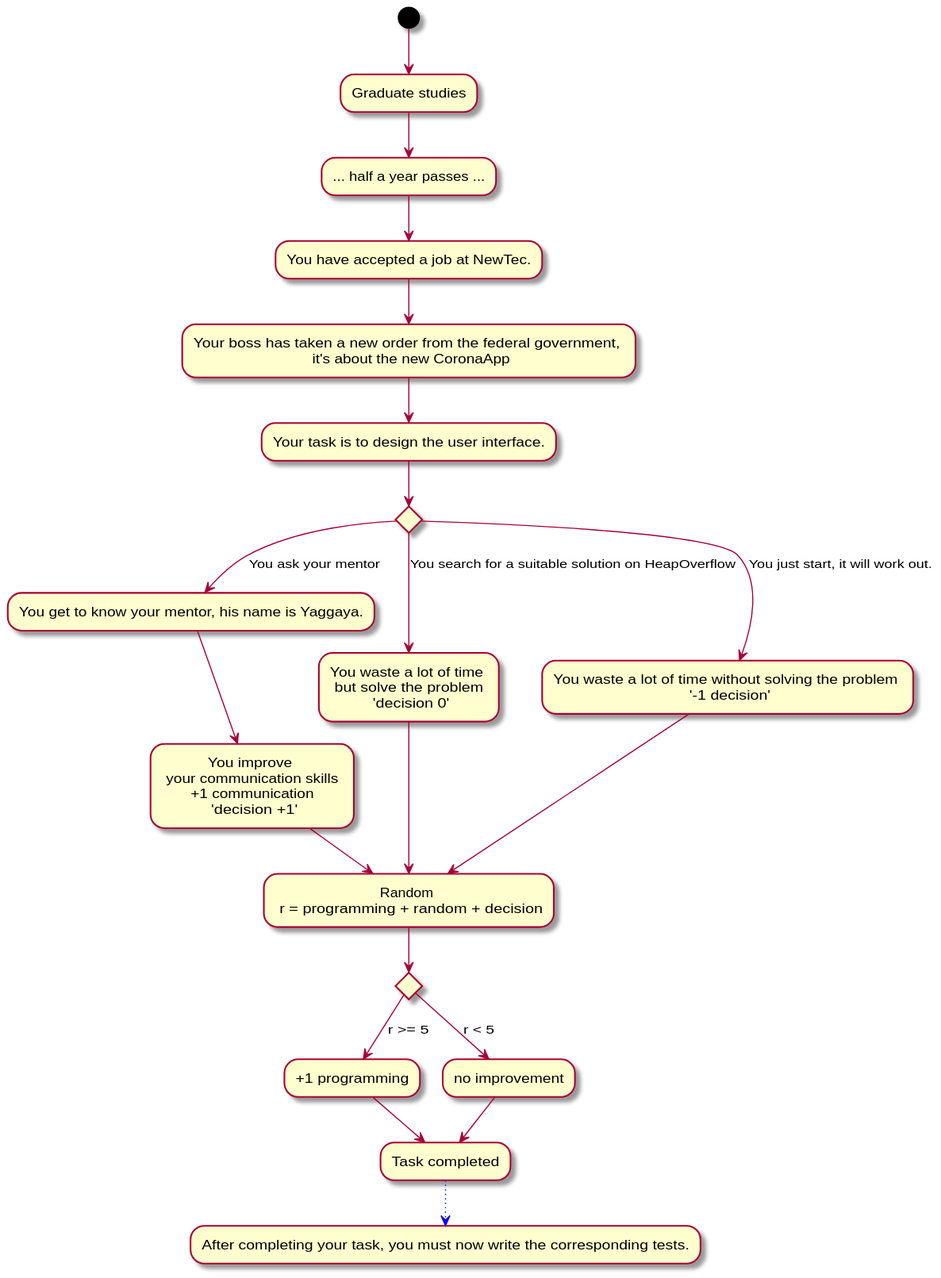
Above: Docs/Technical Specifications/docs/diagrams/StoryFlow/StoryFlow_Decision_4.svg in Brotenko/QualityQuest (PlantUML), before the change. Source of this version:
```plantuml
@startuml
(*) --> "Graduate studies" as as
--> "... half a year passes ..."
--> "You have accepted a job at NewTec."
--> "Your boss has taken a new order from the federal government, \n it's about the new CoronaApp" as a1
--> "Your task is to design the user interface."
if "" then
--> [You ask your mentor] "You get to know your mentor, his name is Yaggaya."
--> "You improve \n your communication skills \n +1 communication \n 'decision +1'" as a
else
--> [You search for a suitable solution on HeapOverflow] "You waste a lot of time \n but solve the problem \n 'decision 0'" as b
else
--> [You just start, it will work out.] "You waste a lot of time without solving the problem \n '-1 decision'" as c

a --> "Random \n r = programming + random + decision" as r
b --> r
c --> r

if "" then
--> [r >= 5] "+1 programming" as p1
else
--> [r < 5] "no improvement"

--> "Task completed" as aa

p1 --> aa


-[#blue,dotted]-> "After completing your task, you must now write the corresponding tests."
@enduml
```
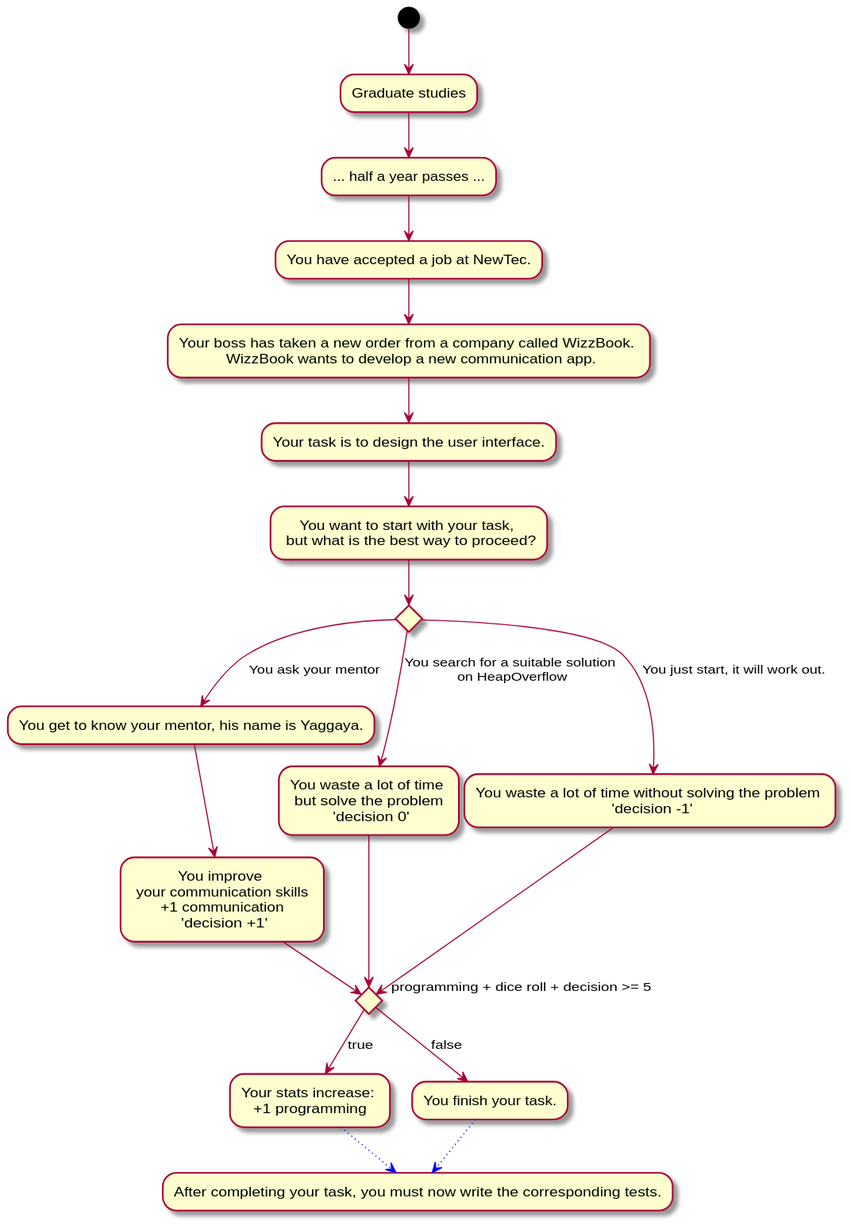
Later version of the same file.

The edit, as a diff of the source:
```diff
@@ -2,29 +2,26 @@
 (*) --> "Graduate studies" as as
 --> "... half a year passes ..."
 --> "You have accepted a job at NewTec."
---> "Your boss has taken a new order from the federal government, \n it's about the new CoronaApp" as a1
+--> "Your boss has taken a new order from a company called WizzBook. \n WizzBook wants to develop a new communication app." as a1
 --> "Your task is to design the user interface."
+--> "You want to start with your task, \n but what is the best way to proceed?"
 if "" then
 --> [You ask your mentor] "You get to know your mentor, his name is Yaggaya."
---> "You improve \n your communication skills \n +1 communication \n 'decision +1'" as a
+--> "You improve \n your communication skills \n +1 communication \n 'decision +1'" as mentor
 else
---> [You search for a suitable solution on HeapOverflow] "You waste a lot of time \n but solve the problem \n 'decision 0'" as b
+--> [You search for a suitable solution\n on HeapOverflow] "You waste a lot of time \n but solve the problem \n 'decision 0'" as b
 else
---> [You just start, it will work out.] "You waste a lot of time without solving the problem \n '-1 decision'" as c
-
-a --> "Random \n r = programming + random + decision" as r
-b --> r
-c --> r
-
-if "" then
---> [r >= 5] "+1 programming" as p1
+--> [You just start, it will work out.] "You waste a lot of time without solving the problem \n 'decision -1'" as c
+if "programming + dice roll + decision >= 5" as random then
+--> [true] "Your stats increase: \n +1 programming " as p1
 else
---> [r < 5] "no improvement"
-
---> "Task completed" as aa
-
-p1 --> aa
+--> [false] "You finish your task."
 
 
--[#blue,dotted]-> "After completing your task, you must now write the corresponding tests."
+-[#blue,dotted]-> "After completing your task, you must now write the corresponding tests." as newD
+
+
+p1 -[#blue,dotted]-> newD
+mentor --> random
+b --> random
 @enduml
```
